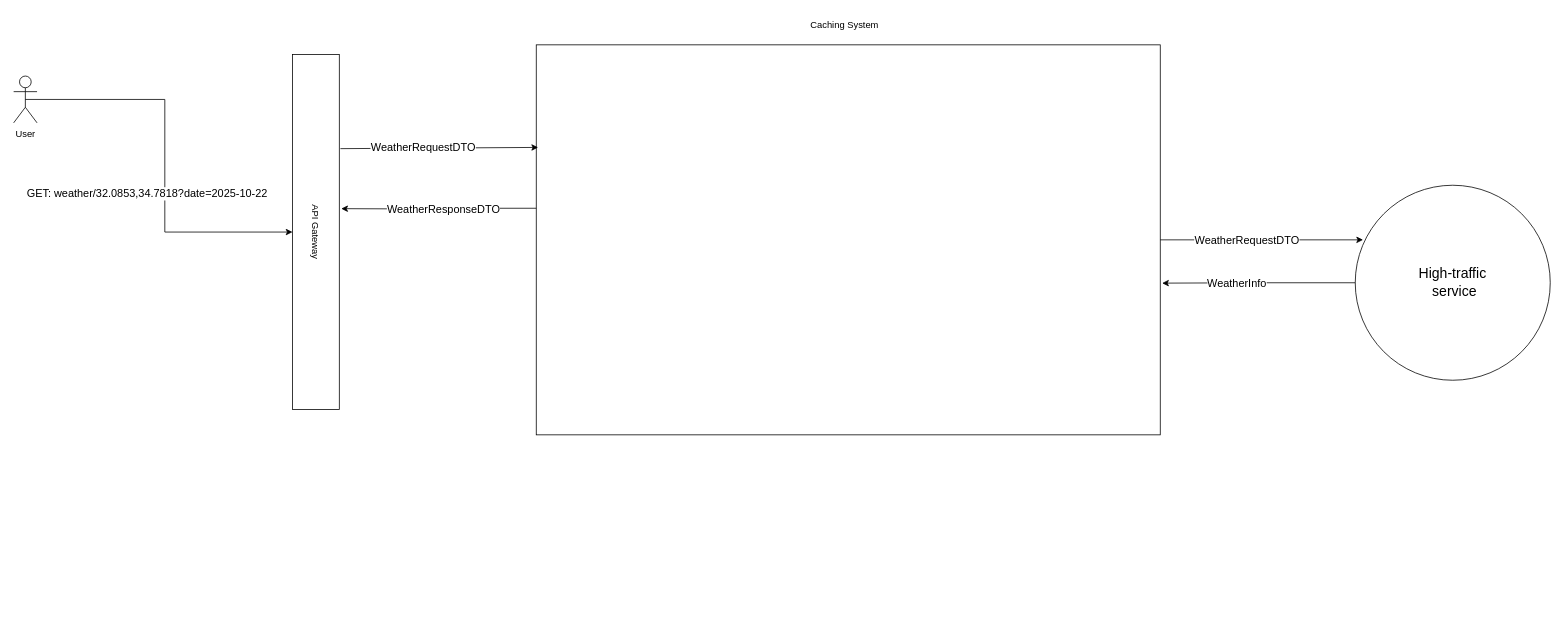
Above: Untitled Diagram.drawio in rotemo-iai/drawio (draw.io), before the change. Source tidied: cells renumbered, new cells numbered last; positions are measured from the earlier drawing's top-left corner, leaving out a move shared by most shapes. Both pictures are drawn from the tidied source at 78%, with x=0, y=0 at pixel (13, 13).
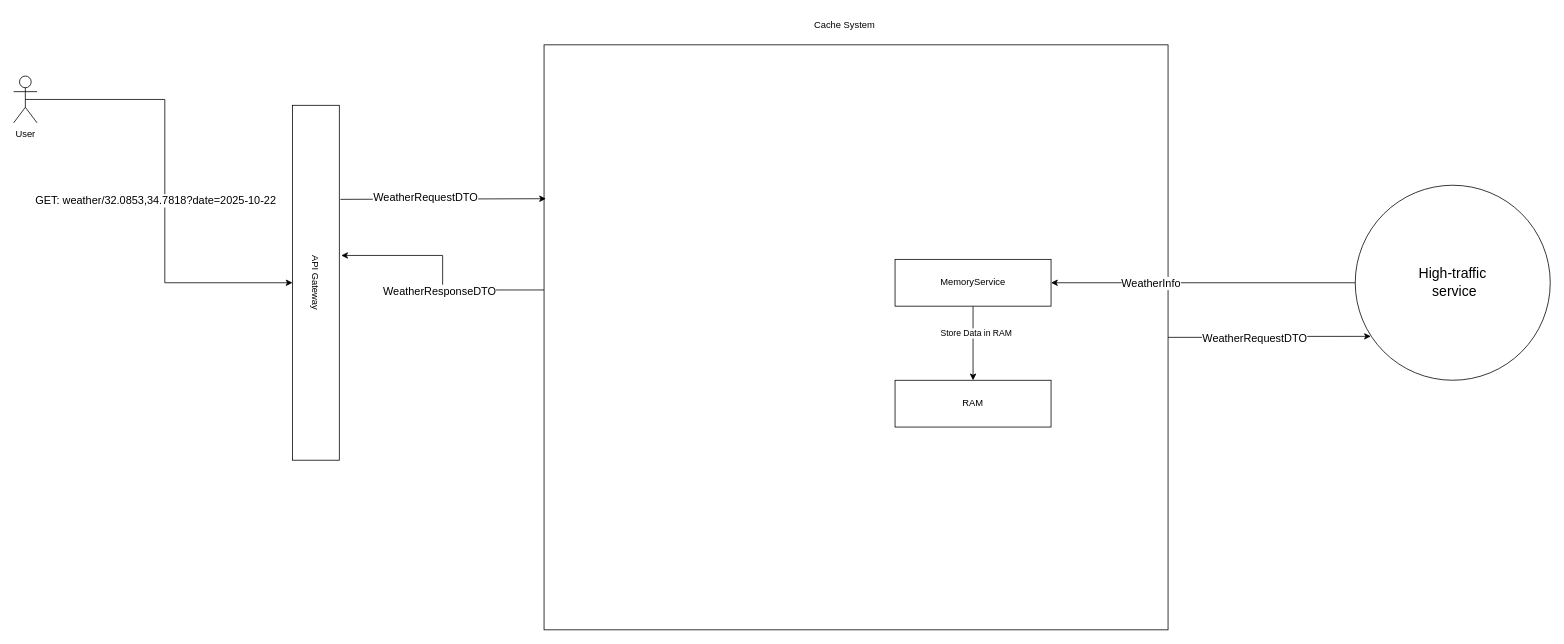
After the change.

The change refers to these unchanged cells:
```xml
<mxCell id="5" value="&lt;font style=&quot;font-size: 18px;&quot;&gt;High-traffic&lt;br&gt;&amp;nbsp;service&lt;/font&gt;" style="ellipse;whiteSpace=wrap;html=1;" parent="1" vertex="1">
  <mxGeometry x="1720" y="220" width="250" height="250" as="geometry" />
</mxCell>
```

Change to the diagram source:
```diff
@@
     <mxCell id="6" style="rounded=0;whiteSpace=wrap;html=1;" parent="1" vertex="1">
-      <mxGeometry x="670" y="40" width="800" height="500" as="geometry" />
+      <mxGeometry x="680" y="40" width="800" height="750" as="geometry" />
     </mxCell>
     <mxCell id="7" value="API Gateway" style="rounded=0;whiteSpace=wrap;html=1;rotation=90;" parent="1" vertex="1">
-      <mxGeometry x="160" y="250" width="455" height="60" as="geometry" />
+      <mxGeometry x="160" y="315" width="455" height="60" as="geometry" />
     </mxCell>
-    <mxCell id="8" style="edgeStyle=orthogonalEdgeStyle;rounded=0;jettySize=auto;html=1;entryX=0.04;entryY=0.28;entryDx=0;entryDy=0;entryPerimeter=0;" parent="1" edge="1" source="6" target="5">
+    <mxCell id="8" style="edgeStyle=orthogonalEdgeStyle;rounded=0;jettySize=auto;html=1;entryX=0.08;entryY=0.775;entryDx=0;entryDy=0;entryPerimeter=0;" parent="1" edge="1" source="6" target="5">
       <mxGeometry relative="1" as="geometry" />
     </mxCell>
@@
     <mxCell id="10" style="edgeStyle=orthogonalEdgeStyle;rounded=0;jettySize=auto;html=1;exitX=0;exitY=0.419;exitDx=0;exitDy=0;exitPerimeter=0;" parent="1" edge="1" source="6">
       <mxGeometry relative="1" as="geometry">
-        <mxPoint x="420" y="250" as="targetPoint" />
+        <mxPoint x="420" y="310" as="targetPoint" />
+        <Array as="points">
+          <mxPoint x="550" y="354" />
+          <mxPoint x="550" y="310" />
+          <mxPoint x="420" y="310" />
+        </Array>
       </mxGeometry>
     </mxCell>
@@
-    <mxCell id="12" style="edgeStyle=orthogonalEdgeStyle;rounded=0;jettySize=auto;html=1;entryX=1.003;entryY=0.611;entryDx=0;entryDy=0;entryPerimeter=0;" parent="1" edge="1" source="5" target="6">
+    <mxCell id="12" style="edgeStyle=orthogonalEdgeStyle;rounded=0;jettySize=auto;html=1;" parent="1" edge="1" source="5" target="19">
       <mxGeometry relative="1" as="geometry" />
     </mxCell>
@@
-    <mxCell id="16" value="Caching System" style="text;html=1;align=center;verticalAlign=middle;strokeColor=none;fillColor=none;" parent="1" vertex="1">
-      <mxGeometry x="1010" width="110" height="30" as="geometry" />
+    <mxCell id="16" value="Cache System" style="text;html=1;align=center;verticalAlign=middle;strokeColor=none;fillColor=none;" parent="1" vertex="1">
+      <mxGeometry x="1015" width="100" height="30" as="geometry" />
     </mxCell>
+    <mxCell id="17" style="edgeStyle=orthogonalEdgeStyle;rounded=0;jettySize=auto;html=1;entryX=0.5;entryY=0;entryDx=0;entryDy=0;" parent="1" edge="1" source="19" target="20">
+      <mxGeometry relative="1" as="geometry" />
+    </mxCell>
+    <mxCell id="18" value="Store Data in RAM" style="edgeLabel;html=1;align=center;verticalAlign=middle;" parent="17" vertex="1">
+      <mxGeometry x="-0.28" y="3" relative="1" as="geometry" />
+    </mxCell>
+    <mxCell id="19" value="MemoryService" style="rounded=0;whiteSpace=wrap;html=1;" parent="1" vertex="1">
+      <mxGeometry x="1130" y="315" width="200" height="60" as="geometry" />
+    </mxCell>
+    <mxCell id="20" value="RAM" style="rounded=0;whiteSpace=wrap;html=1;" parent="1" vertex="1">
+      <mxGeometry x="1130" y="470" width="200" height="60" as="geometry" />
+    </mxCell>
```
